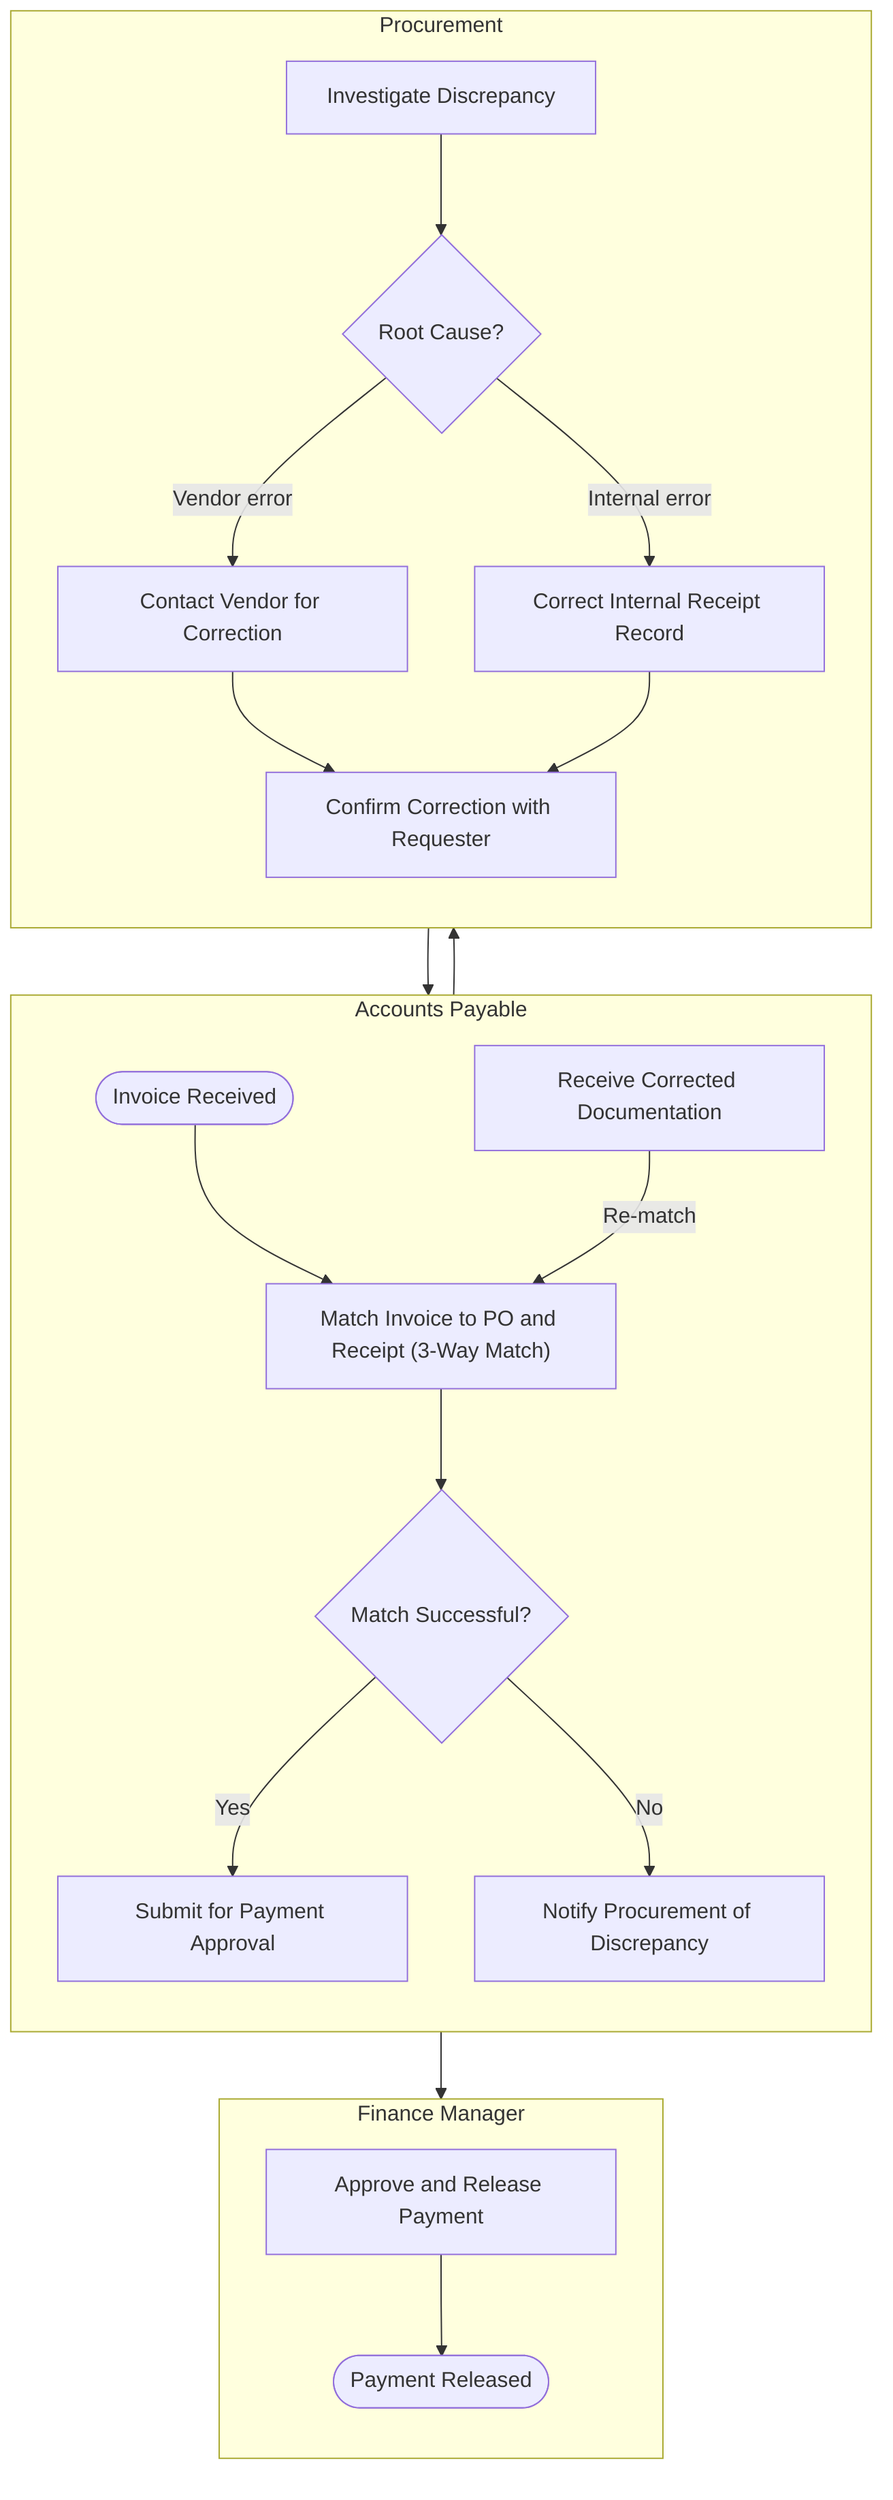
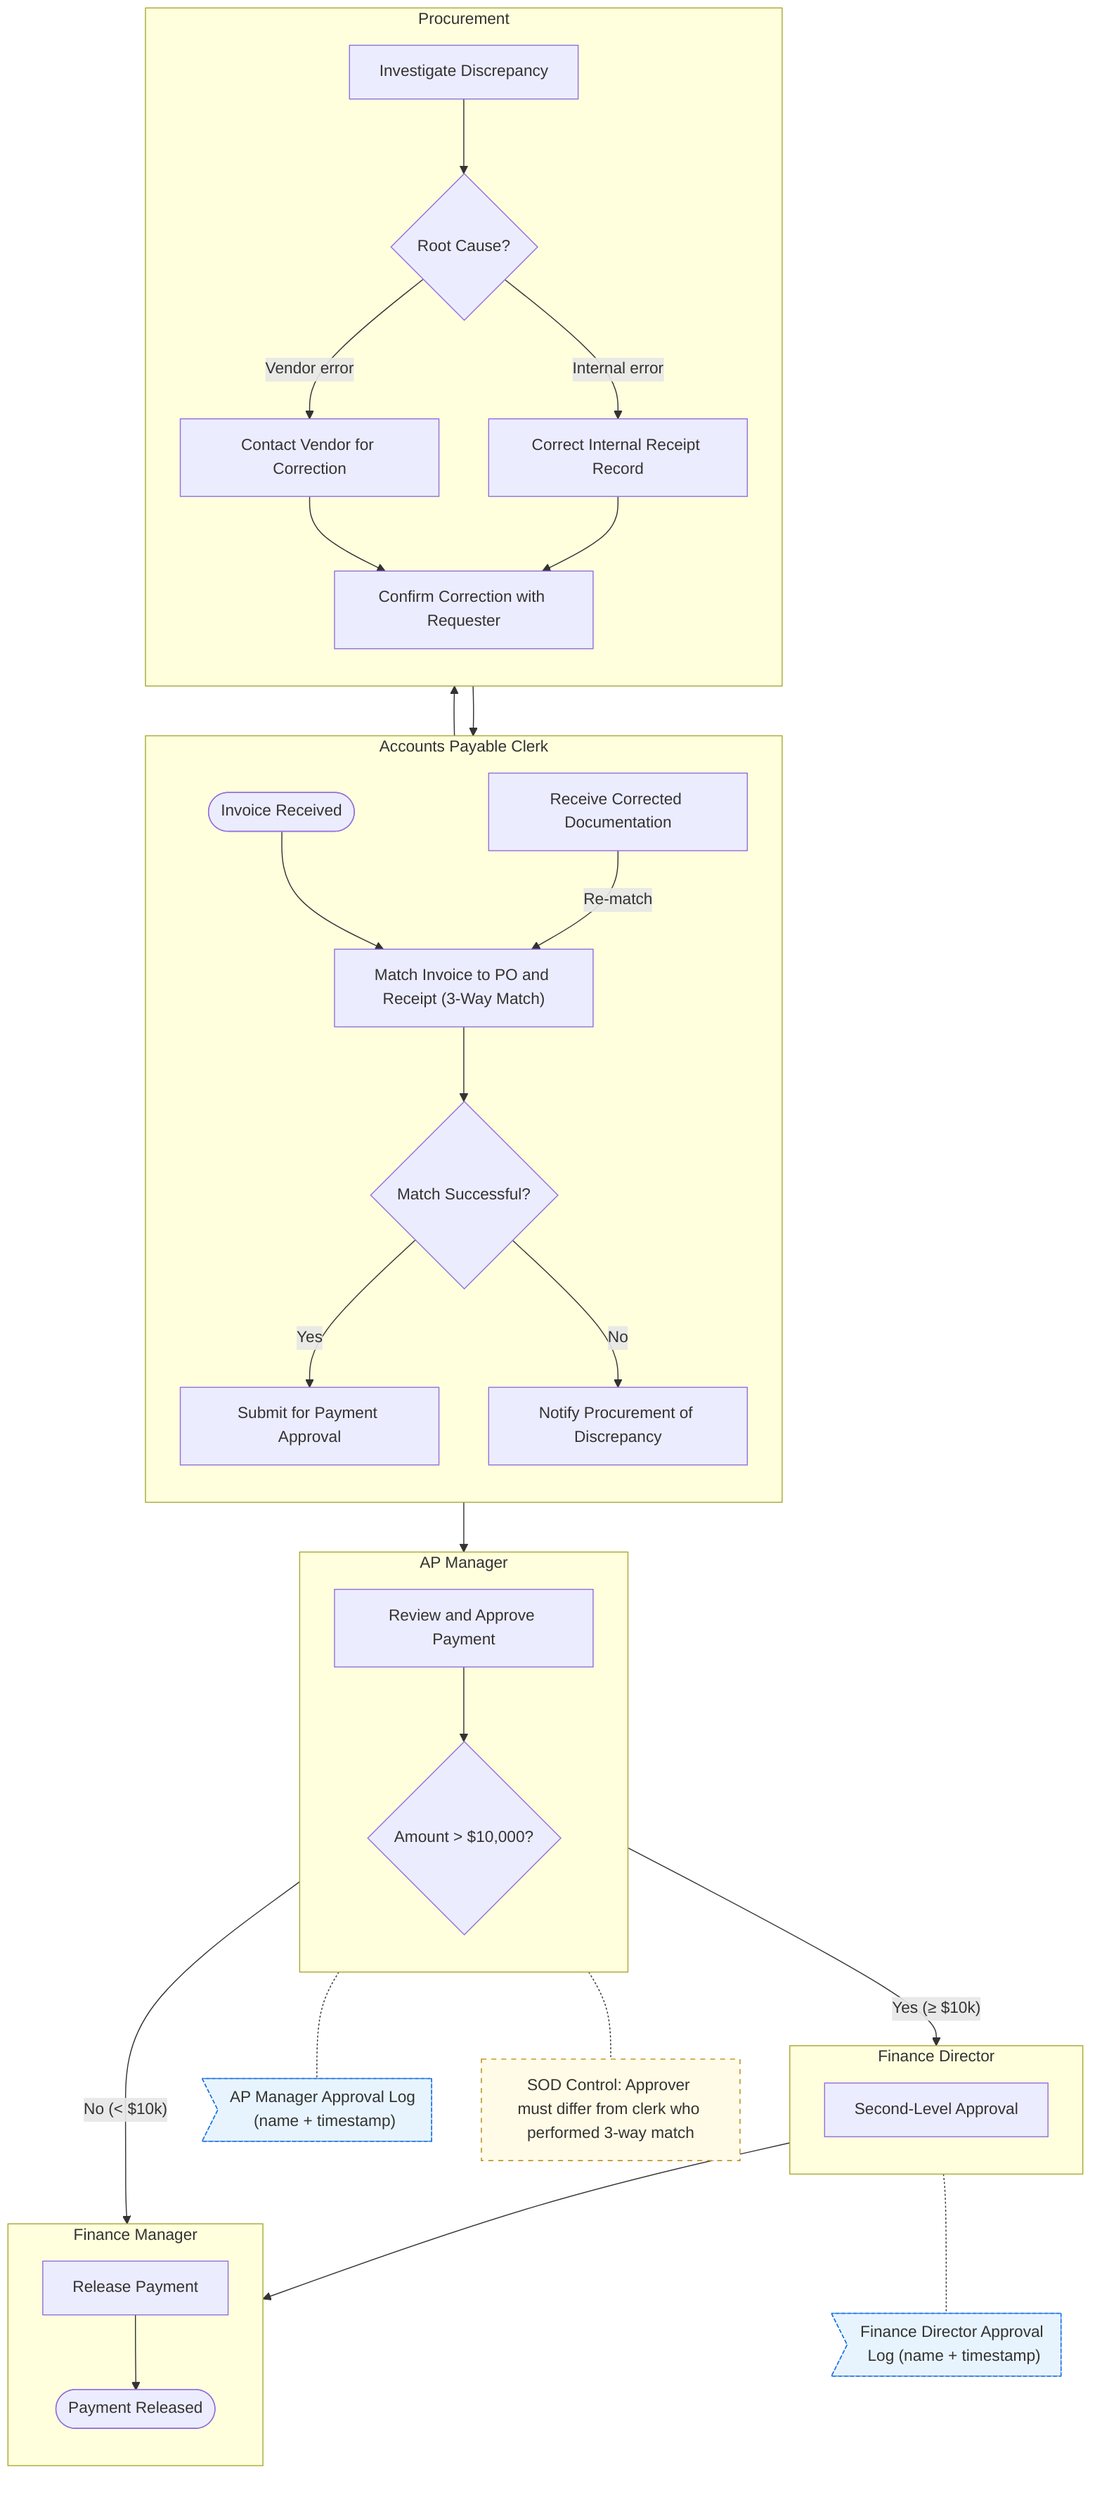
flowchart TD
-     subgraph AP["Accounts Payable"]
+     subgraph AP["Accounts Payable Clerk"]
        direction TB
        StartEvent_1([Invoice Received])
        Task_Match["Match Invoice to PO and Receipt (3-Way Match)"]
        Gateway_MatchOk{"Match Successful?"}
-         Task_SubmitPayment["Submit for Payment Approval"]
-         Task_NotifyDiscrepancy["Notify Procurement of Discrepancy"]
-         Task_ReceiveCorrected["Receive Corrected Documentation"]
+         Task_SubmitPayment[Submit for Payment Approval]
+         Task_NotifyDiscrepancy[Notify Procurement of Discrepancy]
+         Task_ReceiveCorrected[Receive Corrected Documentation]
    end

    subgraph PROC["Procurement"]
        direction TB
-         Task_Investigate["Investigate Discrepancy"]
+         Task_Investigate[Investigate Discrepancy]
        Gateway_RootCause{"Root Cause?"}
-         Task_ContactVendor["Contact Vendor for Correction"]
-         Task_InternalCorrection["Correct Internal Receipt Record"]
-         Task_RequestCorrected["Confirm Correction with Requester"]
+         Task_ContactVendor[Contact Vendor for Correction]
+         Task_InternalCorrection[Correct Internal Receipt Record]
+         Task_RequestCorrected[Confirm Correction with Requester]
    end

+     %% ⚡ CHANGED SECTION — Replaced Finance Manager lane with AP Manager lane for first-level approval and amount threshold gateway
+     subgraph APM["AP Manager"]
+         direction TB
+         Task_APMApprove[Review and Approve Payment]
+         Gateway_Amount{"Amount > $10,000?"}
+     end
+     %% END CHANGED SECTION
+ 
+     %% ⚡ CHANGED SECTION — Added Finance Director lane for second-level approval on high-value payments
+     subgraph FD["Finance Director"]
+         direction TB
+         Task_FDApprove[Second-Level Approval]
+     end
+     %% END CHANGED SECTION
+ 
+     %% ⚡ CHANGED SECTION — Retained Finance Manager lane for payment release only
    subgraph FM["Finance Manager"]
        direction TB
-         Task_ApprovePayment["Approve and Release Payment"]
+         Task_ReleasePayment[Release Payment]
        EndEvent_1([Payment Released])
    end
+     %% END CHANGED SECTION
+ 
+     %% ⚡ CHANGED SECTION — Audit log artifacts attached to each approval task
+     DOC_APMLog>"AP Manager Approval Log (name + timestamp)"]
+     DOC_FDLog>"Finance Director Approval Log (name + timestamp)"]
+     Task_APMApprove -.- DOC_APMLog
+     Task_FDApprove -.- DOC_FDLog
+     %% END CHANGED SECTION
+ 
+     %% ⚡ CHANGED SECTION — SOD annotation on the AP Manager approval node
+     classDef annotation stroke-dasharray:5 5,fill:#fffbe6,stroke:#b8860b;
+     SOD_Note["SOD Control: Approver must differ from clerk who performed 3-way match"]
+     Task_APMApprove -.- SOD_Note
+     class SOD_Note annotation;
+     %% END CHANGED SECTION

    StartEvent_1 --> Task_Match
    Task_Match --> Gateway_MatchOk
    Gateway_MatchOk -->|Yes| Task_SubmitPayment
    Gateway_MatchOk -->|No| Task_NotifyDiscrepancy
-     Task_SubmitPayment --> Task_ApprovePayment
-     Task_ApprovePayment --> EndEvent_1
+ 
+     %% ⚡ CHANGED SECTION — Routed payment approval through AP Manager, amount gateway, optional Finance Director, then release
+     Task_SubmitPayment --> Task_APMApprove
+     Task_APMApprove --> Gateway_Amount
+     Gateway_Amount -->|"Yes (≥ $10k)"| Task_FDApprove
+     Gateway_Amount -->|"No (< $10k)"| Task_ReleasePayment
+     Task_FDApprove --> Task_ReleasePayment
+     Task_ReleasePayment --> EndEvent_1
+     %% END CHANGED SECTION
+ 
    Task_NotifyDiscrepancy --> Task_Investigate
    Task_Investigate --> Gateway_RootCause
    Gateway_RootCause -->|Vendor error| Task_ContactVendor
    Gateway_RootCause -->|Internal error| Task_InternalCorrection
    Task_ContactVendor --> Task_RequestCorrected
    Task_InternalCorrection --> Task_RequestCorrected
    Task_RequestCorrected --> Task_ReceiveCorrected
-     Task_ReceiveCorrected -->|Re-match| Task_Match+     Task_ReceiveCorrected -->|Re-match| Task_Match
+ 
+     %% ⚡ CHANGED SECTION — Style definitions for audit artifacts
+     classDef dataobj fill:#e8f4fd,stroke:#1a73e8,stroke-dasharray:4 2;
+     class DOC_APMLog,DOC_FDLog dataobj;
+     %% END CHANGED SECTION
+ 
+ %% EXPLANATION:
+ %% Renamed the original AP subgraph to "Accounts Payable Clerk" to clarify the role boundary. Added a new "AP Manager" lane containing the first-level payment approval and an amount threshold gateway ($10,000). Added a "Finance Director" lane for the required second-level approval on high-value payments. Rerouted the approval flow so Submit for Payment goes to AP Manager → amount check → (optionally) Finance Director → Release Payment. Attached audit log data objects (approver name + timestamp) to both approval tasks via dotted association lines so they don't block the sequence flow. Added a dashed-border SOD annotation to the AP Manager approval node documenting the segregation-of-duties control.